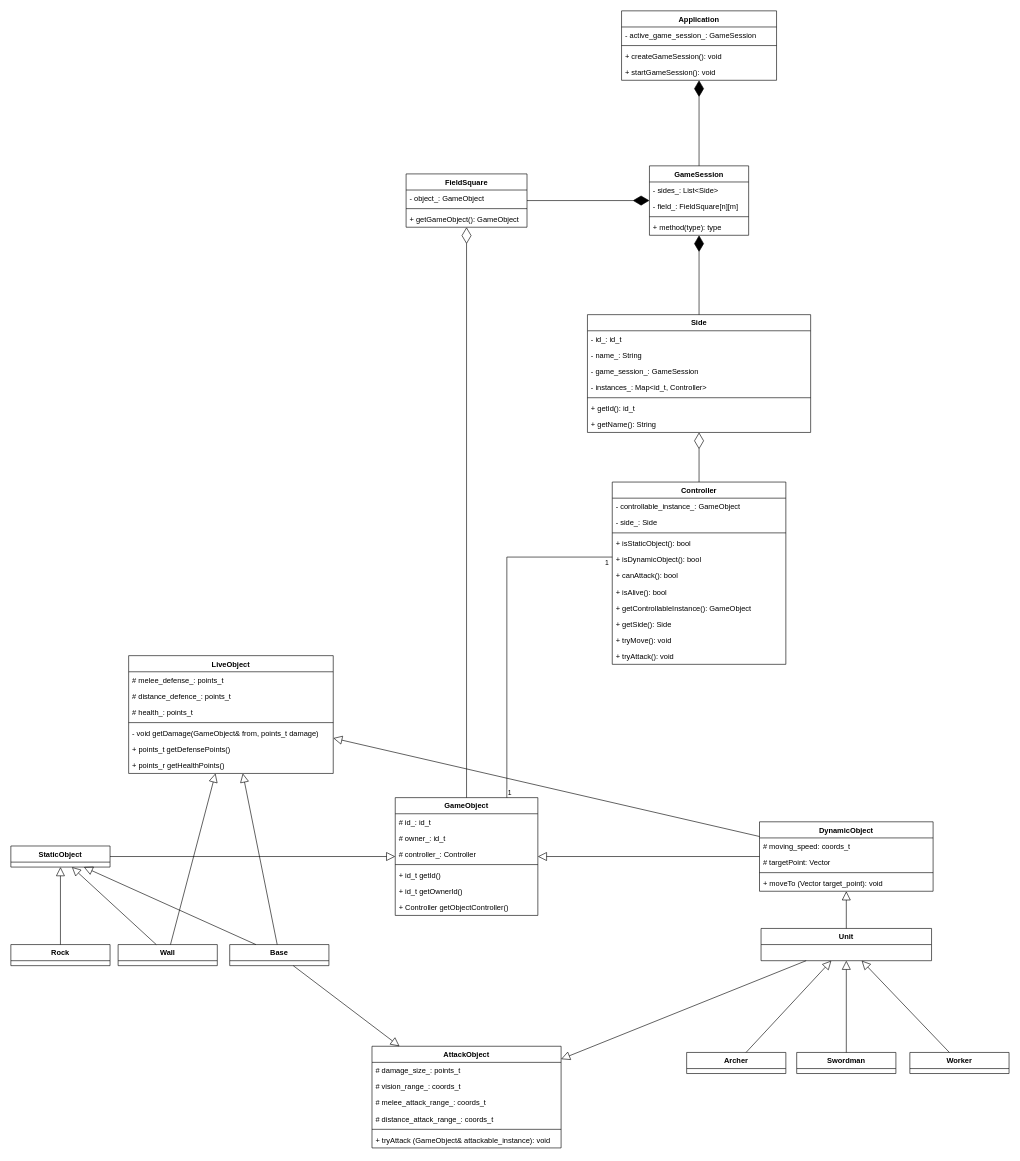
Before: page "gra_class-diagram" (2 of 3) of doc/diagrams.drawio in Cory7666/gra-rts, a draw.io diagram. Source tidied: cells renumbered, new cells numbered last; positions are measured from the earlier drawing's top-left corner, leaving out a move shared by most shapes. Both pictures are drawn from the tidied source at 62%, with x=0, y=0 at pixel (11, 11).
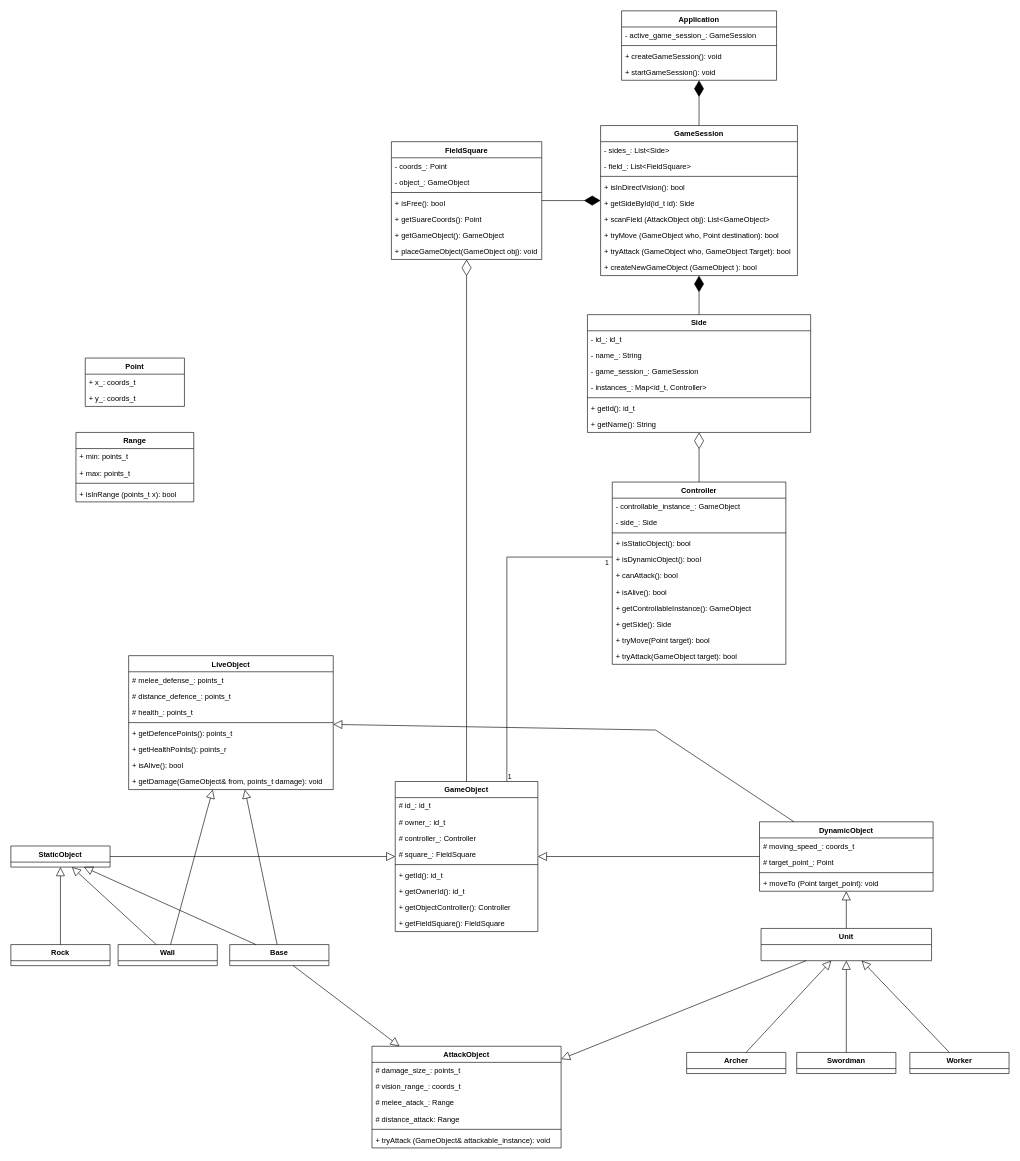
After the change.

Unchanged cells that the change refers to:
```xml
<mxCell id="11" value="DynamicObject" style="swimlane;fontStyle=1;align=center;verticalAlign=top;horizontal=1;startSize=26;" parent="1" vertex="1">
  <mxGeometry x="1207.5" y="1308" width="280" height="112" as="geometry" />
</mxCell>
<mxCell id="24" value="AttackObject" style="swimlane;fontStyle=1;align=center;verticalAlign=top;horizontal=1;startSize=26;" parent="1" vertex="1">
  <mxGeometry x="582.5" y="1670" width="305" height="164" as="geometry" />
</mxCell>
<mxCell id="34" value="Controller" style="swimlane;fontStyle=1;align=center;verticalAlign=top;horizontal=1;startSize=26;" parent="1" vertex="1">
  <mxGeometry x="970" y="760" width="280" height="294" as="geometry" />
</mxCell>
```

Diff of the diagram source:
```diff
@@
     <mxCell id="2" value="GameObject" style="swimlane;fontStyle=1;align=center;verticalAlign=top;horizontal=1;startSize=26;" parent="1" vertex="1">
-      <mxGeometry x="620" y="1269" width="230" height="190" as="geometry" />
+      <mxGeometry x="620" y="1243" width="230" height="242" as="geometry" />
     </mxCell>
@@
+    <mxCell id="94" value="# square_: FieldSquare" style="text;strokeColor=none;fillColor=none;align=left;verticalAlign=top;spacingLeft=4;spacingRight=4;overflow=hidden;" parent="2" vertex="1">
+      <mxGeometry y="104" width="230" height="26" as="geometry" />
+    </mxCell>
     <mxCell id="6" style="line;strokeWidth=1;fillColor=none;align=left;verticalAlign=middle;spacingTop=-1;spacingLeft=3;spacingRight=3;labelPosition=right;" parent="2" vertex="1">
-      <mxGeometry y="104" width="230" height="8" as="geometry" />
+      <mxGeometry y="130" width="230" height="8" as="geometry" />
     </mxCell>
-    <mxCell id="7" value="+ id_t getId()" style="text;strokeColor=none;fillColor=none;align=left;verticalAlign=top;spacingLeft=4;spacingRight=4;overflow=hidden;" parent="2" vertex="1">
-      <mxGeometry y="112" width="230" height="26" as="geometry" />
+    <mxCell id="7" value="+ getId(): id_t" style="text;strokeColor=none;fillColor=none;align=left;verticalAlign=top;spacingLeft=4;spacingRight=4;overflow=hidden;" parent="2" vertex="1">
+      <mxGeometry y="138" width="230" height="26" as="geometry" />
     </mxCell>
-    <mxCell id="8" value="+ id_t getOwnerId()" style="text;strokeColor=none;fillColor=none;align=left;verticalAlign=top;spacingLeft=4;spacingRight=4;overflow=hidden;" parent="2" vertex="1">
-      <mxGeometry y="138" width="230" height="26" as="geometry" />
+    <mxCell id="8" value="+ getOwnerId(): id_t" style="text;strokeColor=none;fillColor=none;align=left;verticalAlign=top;spacingLeft=4;spacingRight=4;overflow=hidden;" parent="2" vertex="1">
+      <mxGeometry y="164" width="230" height="26" as="geometry" />
     </mxCell>
-    <mxCell id="9" value="+ Controller getObjectController()" style="text;strokeColor=none;fillColor=none;align=left;verticalAlign=top;spacingLeft=4;spacingRight=4;overflow=hidden;" parent="2" vertex="1">
-      <mxGeometry y="164" width="230" height="26" as="geometry" />
+    <mxCell id="9" value="+ getObjectController(): Controller" style="text;strokeColor=none;fillColor=none;align=left;verticalAlign=top;spacingLeft=4;spacingRight=4;overflow=hidden;" parent="2" vertex="1">
+      <mxGeometry y="190" width="230" height="26" as="geometry" />
     </mxCell>
+    <mxCell id="95" value="+ getFieldSquare(): FieldSquare" style="text;strokeColor=none;fillColor=none;align=left;verticalAlign=top;spacingLeft=4;spacingRight=4;overflow=hidden;" parent="2" vertex="1">
+      <mxGeometry y="216" width="230" height="26" as="geometry" />
+    </mxCell>
@@
-    <mxCell id="12" value="# moving_speed: coords_t" style="text;strokeColor=none;fillColor=none;align=left;verticalAlign=top;spacingLeft=4;spacingRight=4;overflow=hidden;" parent="11" vertex="1">
+    <mxCell id="12" value="# moving_speed_: coords_t" style="text;strokeColor=none;fillColor=none;align=left;verticalAlign=top;spacingLeft=4;spacingRight=4;overflow=hidden;" parent="11" vertex="1">
       <mxGeometry y="26" width="280" height="26" as="geometry" />
     </mxCell>
-    <mxCell id="13" value="# targetPoint: Vector" style="text;strokeColor=none;fillColor=none;align=left;verticalAlign=top;spacingLeft=4;spacingRight=4;overflow=hidden;" parent="11" vertex="1">
+    <mxCell id="13" value="# target_point_: Point" style="text;strokeColor=none;fillColor=none;align=left;verticalAlign=top;spacingLeft=4;spacingRight=4;overflow=hidden;" parent="11" vertex="1">
       <mxGeometry y="52" width="280" height="26" as="geometry" />
     </mxCell>
@@
-    <mxCell id="15" value="+ moveTo (Vector target_point): void" style="text;strokeColor=none;fillColor=none;align=left;verticalAlign=top;spacingLeft=4;spacingRight=4;overflow=hidden;" parent="11" vertex="1">
+    <mxCell id="15" value="+ moveTo (Point target_point): void" style="text;strokeColor=none;fillColor=none;align=left;verticalAlign=top;spacingLeft=4;spacingRight=4;overflow=hidden;" parent="11" vertex="1">
       <mxGeometry y="86" width="280" height="26" as="geometry" />
     </mxCell>
     <mxCell id="16" value="LiveObject" style="swimlane;fontStyle=1;align=center;verticalAlign=top;horizontal=1;startSize=26;" parent="1" vertex="1">
-      <mxGeometry x="190" y="1040" width="330" height="190" as="geometry" />
+      <mxGeometry x="190" y="1040" width="330" height="216" as="geometry" />
     </mxCell>
@@
-    <mxCell id="21" value="- void getDamage(GameObject&amp; from, points_t damage)" style="text;strokeColor=none;fillColor=none;align=left;verticalAlign=top;spacingLeft=4;spacingRight=4;overflow=hidden;" parent="16" vertex="1">
-      <mxGeometry y="112" width="330" height="26" as="geometry" />
-    </mxCell>
-    <mxCell id="22" value="+ points_t getDefensePoints()" style="text;strokeColor=none;fillColor=none;align=left;verticalAlign=top;spacingLeft=4;spacingRight=4;overflow=hidden;" parent="16" vertex="1">
-      <mxGeometry y="138" width="330" height="26" as="geometry" />
+    <mxCell id="22" value="+ getDefencePoints(): points_t" style="text;strokeColor=none;fillColor=none;align=left;verticalAlign=top;spacingLeft=4;spacingRight=4;overflow=hidden;" parent="16" vertex="1">
+      <mxGeometry y="112" width="330" height="26" as="geometry" />
     </mxCell>
-    <mxCell id="23" value="+ points_r getHealthPoints()" style="text;strokeColor=none;fillColor=none;align=left;verticalAlign=top;spacingLeft=4;spacingRight=4;overflow=hidden;" parent="16" vertex="1">
-      <mxGeometry y="164" width="330" height="26" as="geometry" />
+    <mxCell id="23" value="+ getHealthPoints(): points_r" style="text;strokeColor=none;fillColor=none;align=left;verticalAlign=top;spacingLeft=4;spacingRight=4;overflow=hidden;" parent="16" vertex="1">
+      <mxGeometry y="138" width="330" height="26" as="geometry" />
     </mxCell>
+    <mxCell id="96" value="+ isAlive(): bool" style="text;strokeColor=none;fillColor=none;align=left;verticalAlign=top;spacingLeft=4;spacingRight=4;overflow=hidden;" parent="16" vertex="1">
+      <mxGeometry y="164" width="330" height="26" as="geometry" />
+    </mxCell>
+    <mxCell id="21" value="+ getDamage(GameObject&amp; from, points_t damage): void" style="text;strokeColor=none;fillColor=none;align=left;verticalAlign=top;spacingLeft=4;spacingRight=4;overflow=hidden;" parent="16" vertex="1">
+      <mxGeometry y="190" width="330" height="26" as="geometry" />
+    </mxCell>
@@
-    <mxCell id="27" value="# melee_attack_range_: coords_t" style="text;strokeColor=none;fillColor=none;align=left;verticalAlign=top;spacingLeft=4;spacingRight=4;overflow=hidden;" parent="24" vertex="1">
-      <mxGeometry y="78" width="305" height="26" as="geometry" />
-    </mxCell>
-    <mxCell id="28" value="# distance_attack_range_: coords_t" style="text;strokeColor=none;fillColor=none;align=left;verticalAlign=top;spacingLeft=4;spacingRight=4;overflow=hidden;" parent="24" vertex="1">
-      <mxGeometry y="104" width="305" height="26" as="geometry" />
-    </mxCell>
+    <mxCell id="97" value="# melee_atack_: Range" style="text;strokeColor=none;fillColor=none;align=left;verticalAlign=top;spacingLeft=4;spacingRight=4;overflow=hidden;" parent="24" vertex="1">
+      <mxGeometry y="78" width="305" height="26" as="geometry" />
+    </mxCell>
+    <mxCell id="98" value="# distance_attack: Range" style="text;strokeColor=none;fillColor=none;align=left;verticalAlign=top;spacingLeft=4;spacingRight=4;overflow=hidden;" parent="24" vertex="1">
+      <mxGeometry y="104" width="305" height="26" as="geometry" />
+    </mxCell>
@@
-    <mxCell id="44" value="+ tryMove(): void" style="text;strokeColor=none;fillColor=none;align=left;verticalAlign=top;spacingLeft=4;spacingRight=4;overflow=hidden;" parent="34" vertex="1">
+    <mxCell id="44" value="+ tryMove(Point target): bool" style="text;strokeColor=none;fillColor=none;align=left;verticalAlign=top;spacingLeft=4;spacingRight=4;overflow=hidden;" parent="34" vertex="1">
       <mxGeometry y="242" width="280" height="26" as="geometry" />
     </mxCell>
-    <mxCell id="45" value="+ tryAttack(): void" style="text;strokeColor=none;fillColor=none;align=left;verticalAlign=top;spacingLeft=4;spacingRight=4;overflow=hidden;" parent="34" vertex="1">
+    <mxCell id="45" value="+ tryAttack(GameObject target): bool" style="text;strokeColor=none;fillColor=none;align=left;verticalAlign=top;spacingLeft=4;spacingRight=4;overflow=hidden;" parent="34" vertex="1">
       <mxGeometry y="268" width="280" height="26" as="geometry" />
     </mxCell>
@@
     <mxCell id="59" style="endArrow=block;endFill=0;endSize=12;html=1;rounded=0;" parent="1" edge="1" source="11" target="16">
-      <mxGeometry relative="1" as="geometry" />
+      <mxGeometry relative="1" as="geometry">
+        <Array as="points">
+          <mxPoint x="1040" y="1160" />
+        </Array>
+      </mxGeometry>
     </mxCell>
@@
     <mxCell id="76" value="GameSession" style="swimlane;fontStyle=1;align=center;verticalAlign=top;horizontal=1;startSize=26;" parent="1" vertex="1">
-      <mxGeometry x="1030" y="250" width="160" height="112" as="geometry" />
+      <mxGeometry x="951.2" y="185" width="317.5" height="242" as="geometry" />
     </mxCell>
     <mxCell id="77" value="- sides_: List&lt;Side&gt;" style="text;strokeColor=none;fillColor=none;align=left;verticalAlign=top;spacingLeft=4;spacingRight=4;overflow=hidden;" parent="76" vertex="1">
-      <mxGeometry y="26" width="160" height="26" as="geometry" />
+      <mxGeometry y="26" width="317.5" height="26" as="geometry" />
     </mxCell>
-    <mxCell id="78" value="- field_: FieldSquare[n][m]" style="text;strokeColor=none;fillColor=none;align=left;verticalAlign=top;spacingLeft=4;spacingRight=4;overflow=hidden;" parent="76" vertex="1">
-      <mxGeometry y="52" width="160" height="26" as="geometry" />
+    <mxCell id="78" value="- field_: List&lt;FieldSquare&gt;" style="text;strokeColor=none;fillColor=none;align=left;verticalAlign=top;spacingLeft=4;spacingRight=4;overflow=hidden;" parent="76" vertex="1">
+      <mxGeometry y="52" width="317.5" height="26" as="geometry" />
     </mxCell>
     <mxCell id="79" style="line;strokeWidth=1;fillColor=none;align=left;verticalAlign=middle;spacingTop=-1;spacingLeft=3;spacingRight=3;labelPosition=right;" parent="76" vertex="1">
-      <mxGeometry y="78" width="160" height="8" as="geometry" />
+      <mxGeometry y="78" width="317.5" height="8" as="geometry" />
     </mxCell>
+    <mxCell id="99" value="+ isInDirectVision(): bool" style="text;strokeColor=none;fillColor=none;align=left;verticalAlign=top;spacingLeft=4;spacingRight=4;overflow=hidden;" parent="76" vertex="1">
+      <mxGeometry y="86" width="317.5" height="26" as="geometry" />
+    </mxCell>
+    <mxCell id="100" value="+ getSideById(id_t id): Side" style="text;strokeColor=none;fillColor=none;align=left;verticalAlign=top;spacingLeft=4;spacingRight=4;overflow=hidden;" parent="76" vertex="1">
+      <mxGeometry y="112" width="317.5" height="26" as="geometry" />
+    </mxCell>
-    <mxCell id="80" value="+ method(type): type" style="text;strokeColor=none;fillColor=none;align=left;verticalAlign=top;spacingLeft=4;spacingRight=4;overflow=hidden;" parent="76" vertex="1">
-      <mxGeometry y="86" width="160" height="26" as="geometry" />
+    <mxCell id="80" value="+ scanField (AttackObject obj): List&lt;GameObject&gt;" style="text;strokeColor=none;fillColor=none;align=left;verticalAlign=top;spacingLeft=4;spacingRight=4;overflow=hidden;" parent="76" vertex="1">
+      <mxGeometry y="138" width="317.5" height="26" as="geometry" />
     </mxCell>
+    <mxCell id="101" value="+ tryMove (GameObject who, Point destination): bool" style="text;strokeColor=none;fillColor=none;align=left;verticalAlign=top;spacingLeft=4;spacingRight=4;overflow=hidden;" parent="76" vertex="1">
+      <mxGeometry y="164" width="317.5" height="26" as="geometry" />
+    </mxCell>
+    <mxCell id="102" value="+ tryAttack (GameObject who, GameObject Target): bool" style="text;strokeColor=none;fillColor=none;align=left;verticalAlign=top;spacingLeft=4;spacingRight=4;overflow=hidden;" parent="76" vertex="1">
+      <mxGeometry y="190" width="317.5" height="26" as="geometry" />
+    </mxCell>
+    <mxCell id="103" value="+ createNewGameObject (GameObject ): bool" style="text;strokeColor=none;fillColor=none;align=left;verticalAlign=top;spacingLeft=4;spacingRight=4;overflow=hidden;" parent="76" vertex="1">
+      <mxGeometry y="216" width="317.5" height="26" as="geometry" />
+    </mxCell>
     <mxCell id="81" value="FieldSquare" style="swimlane;fontStyle=1;align=center;verticalAlign=top;horizontal=1;startSize=26;" parent="1" vertex="1">
-      <mxGeometry x="637.5" y="263" width="195" height="86" as="geometry" />
+      <mxGeometry x="613.8" y="211" width="242.5" height="190" as="geometry" />
     </mxCell>
+    <mxCell id="104" value="- coords_: Point" style="text;strokeColor=none;fillColor=none;align=left;verticalAlign=top;spacingLeft=4;spacingRight=4;overflow=hidden;" parent="81" vertex="1">
+      <mxGeometry y="26" width="242.5" height="26" as="geometry" />
+    </mxCell>
     <mxCell id="82" value="- object_: GameObject" style="text;strokeColor=none;fillColor=none;align=left;verticalAlign=top;spacingLeft=4;spacingRight=4;overflow=hidden;" parent="81" vertex="1">
-      <mxGeometry y="26" width="195" height="26" as="geometry" />
+      <mxGeometry y="52" width="242.5" height="26" as="geometry" />
     </mxCell>
     <mxCell id="83" style="line;strokeWidth=1;fillColor=none;align=left;verticalAlign=middle;spacingTop=-1;spacingLeft=3;spacingRight=3;labelPosition=right;" parent="81" vertex="1">
-      <mxGeometry y="52" width="195" height="8" as="geometry" />
+      <mxGeometry y="78" width="242.5" height="8" as="geometry" />
     </mxCell>
+    <mxCell id="105" value="+ isFree(): bool" style="text;strokeColor=none;fillColor=none;align=left;verticalAlign=top;spacingLeft=4;spacingRight=4;overflow=hidden;" parent="81" vertex="1">
+      <mxGeometry y="86" width="242.5" height="26" as="geometry" />
+    </mxCell>
+    <mxCell id="106" value="+ getSuareCoords(): Point" style="text;strokeColor=none;fillColor=none;align=left;verticalAlign=top;spacingLeft=4;spacingRight=4;overflow=hidden;" parent="81" vertex="1">
+      <mxGeometry y="112" width="242.5" height="26" as="geometry" />
+    </mxCell>
     <mxCell id="84" value="+ getGameObject(): GameObject" style="text;strokeColor=none;fillColor=none;align=left;verticalAlign=top;spacingLeft=4;spacingRight=4;overflow=hidden;" parent="81" vertex="1">
-      <mxGeometry y="60" width="195" height="26" as="geometry" />
+      <mxGeometry y="138" width="242.5" height="26" as="geometry" />
     </mxCell>
+    <mxCell id="107" value="+ placeGameObject(GameObject obj): void" style="text;strokeColor=none;fillColor=none;align=left;verticalAlign=top;spacingLeft=4;spacingRight=4;overflow=hidden;" parent="81" vertex="1">
+      <mxGeometry y="164" width="242.5" height="26" as="geometry" />
+    </mxCell>
@@
+    <mxCell id="108" value="Point" style="swimlane;fontStyle=1;align=center;verticalAlign=top;horizontal=1;startSize=26;sketch=0;" parent="1" vertex="1">
+      <mxGeometry x="120" y="560" width="160" height="78" as="geometry" />
+    </mxCell>
+    <mxCell id="109" value="+ x_: coords_t" style="text;strokeColor=none;fillColor=none;align=left;verticalAlign=top;spacingLeft=4;spacingRight=4;overflow=hidden;sketch=0;" parent="108" vertex="1">
+      <mxGeometry y="26" width="160" height="26" as="geometry" />
+    </mxCell>
+    <mxCell id="110" value="+ y_: coords_t" style="text;strokeColor=none;fillColor=none;align=left;verticalAlign=top;spacingLeft=4;spacingRight=4;overflow=hidden;sketch=0;" parent="108" vertex="1">
+      <mxGeometry y="52" width="160" height="26" as="geometry" />
+    </mxCell>
+    <mxCell id="111" value="Range" style="swimlane;fontStyle=1;align=center;verticalAlign=top;horizontal=1;startSize=26;sketch=0;" parent="1" vertex="1">
+      <mxGeometry x="105" y="680" width="190" height="112" as="geometry" />
+    </mxCell>
+    <mxCell id="112" value="+ min: points_t" style="text;strokeColor=none;fillColor=none;align=left;verticalAlign=top;spacingLeft=4;spacingRight=4;overflow=hidden;sketch=0;" parent="111" vertex="1">
+      <mxGeometry y="26" width="190" height="26" as="geometry" />
+    </mxCell>
+    <mxCell id="113" value="+ max: points_t" style="text;strokeColor=none;fillColor=none;align=left;verticalAlign=top;spacingLeft=4;spacingRight=4;overflow=hidden;sketch=0;" parent="111" vertex="1">
+      <mxGeometry y="52" width="190" height="26" as="geometry" />
+    </mxCell>
+    <mxCell id="114" style="line;strokeWidth=1;fillColor=none;align=left;verticalAlign=middle;spacingTop=-1;spacingLeft=3;spacingRight=3;labelPosition=right;sketch=0;" parent="111" vertex="1">
+      <mxGeometry y="78" width="190" height="8" as="geometry" />
+    </mxCell>
+    <mxCell id="115" value="+ isInRange (points_t x): bool" style="text;strokeColor=none;fillColor=none;align=left;verticalAlign=top;spacingLeft=4;spacingRight=4;overflow=hidden;sketch=0;" parent="111" vertex="1">
+      <mxGeometry y="86" width="190" height="26" as="geometry" />
+    </mxCell>
```
